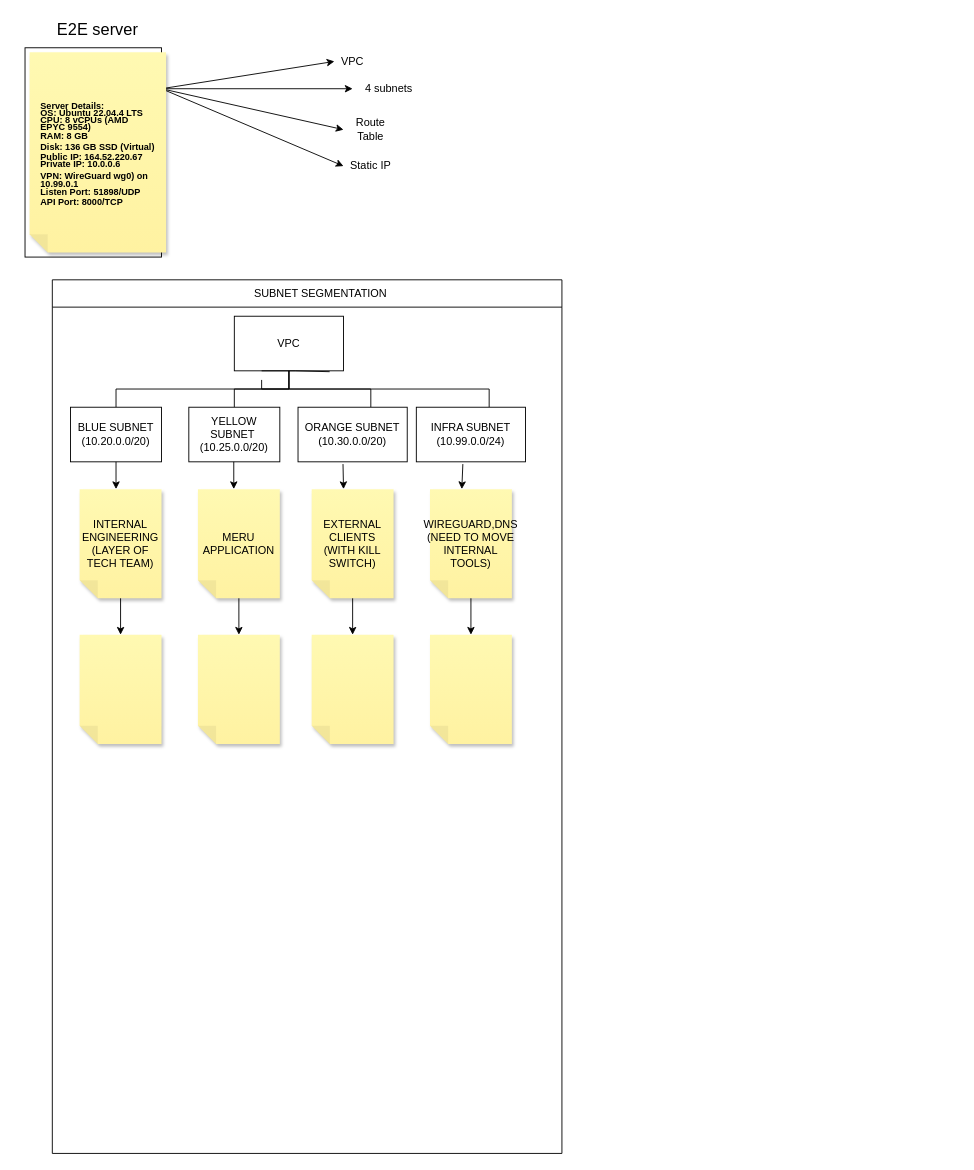
The draw.io diagram Untitled Diagram.drawio in nikhila1511ch/-Kubernetes, before the edit. Source tidied: cells renumbered, new cells numbered last; positions are measured from the earlier drawing's top-left corner, leaving out a move shared by most shapes. Both pictures are drawn from the tidied source at 91%, with x=0, y=0 at pixel (15, 15).
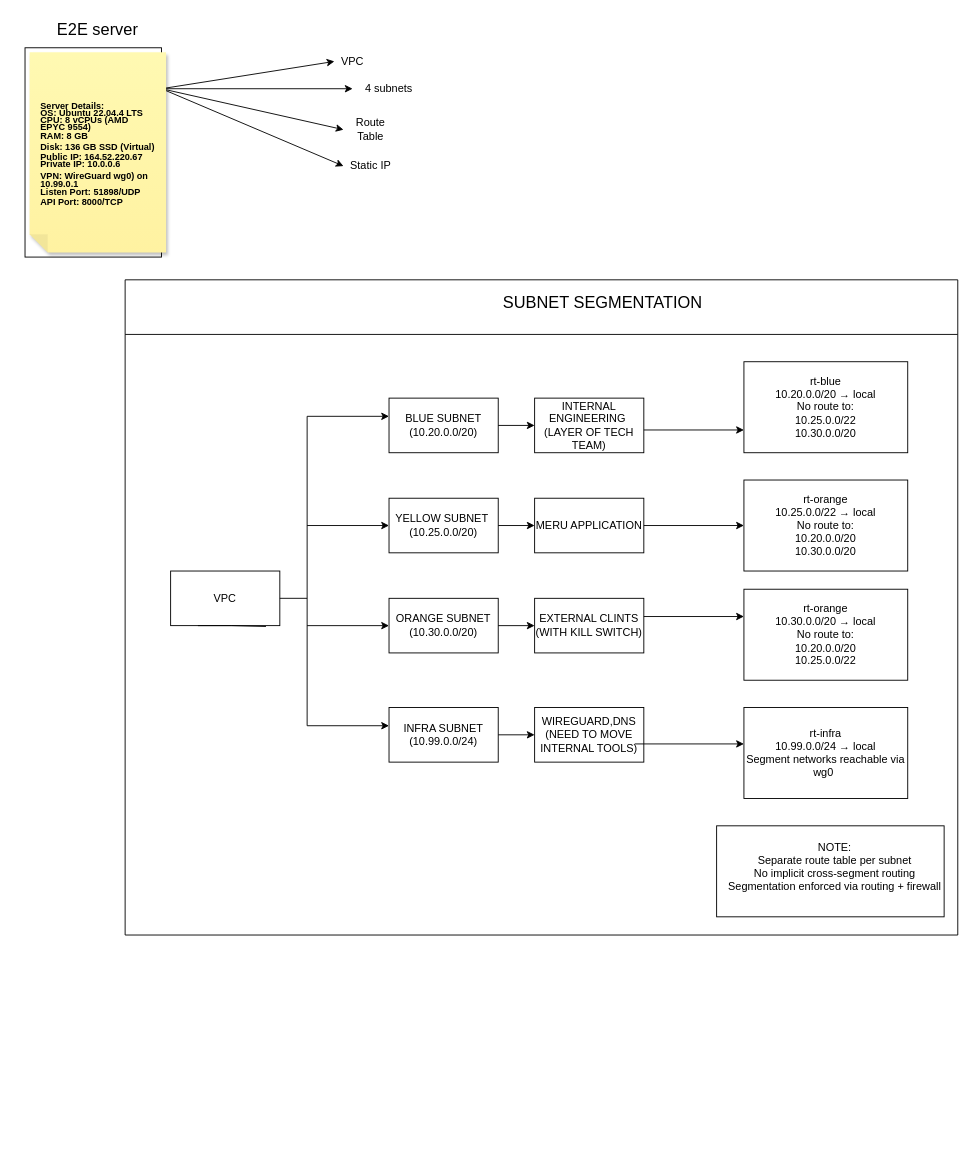
Above is the later version.

Diff of the diagram source:
```diff
@@
-    <mxCell id="13" value="&#10;" style="swimlane;startSize=30;horizontal=1;containerType=tree;newEdgeStyle={&quot;edgeStyle&quot;:&quot;elbowEdgeStyle&quot;,&quot;startArrow&quot;:&quot;none&quot;,&quot;endArrow&quot;:&quot;none&quot;};" parent="1" vertex="1">
-      <mxGeometry x="40" y="290" width="560" height="960" as="geometry" />
+    <mxCell id="13" value="&#10;" style="swimlane;startSize=60;horizontal=1;containerType=tree;newEdgeStyle={&quot;edgeStyle&quot;:&quot;elbowEdgeStyle&quot;,&quot;startArrow&quot;:&quot;none&quot;,&quot;endArrow&quot;:&quot;none&quot;};" parent="1" vertex="1">
+      <mxGeometry x="120" y="290" width="915" height="720" as="geometry" />
     </mxCell>
-    <mxCell id="14" style="edgeStyle=elbowEdgeStyle;elbow=vertical;sourcePerimeterSpacing=0;targetPerimeterSpacing=0;startArrow=none;endArrow=none;rounded=0;curved=0;" parent="13" edge="1" source="16" target="17">
-      <mxGeometry relative="1" as="geometry" />
-    </mxCell>
-    <mxCell id="15" style="edgeStyle=elbowEdgeStyle;elbow=vertical;sourcePerimeterSpacing=0;targetPerimeterSpacing=0;startArrow=none;endArrow=none;rounded=0;curved=0;" parent="13" edge="1" source="16" target="18">
-      <mxGeometry relative="1" as="geometry" />
-    </mxCell>
     <mxCell id="16" value="VPC" style="whiteSpace=wrap;html=1;align=center;newEdgeStyle={&quot;edgeStyle&quot;:&quot;elbowEdgeStyle&quot;,&quot;startArrow&quot;:&quot;none&quot;,&quot;endArrow&quot;:&quot;none&quot;};" parent="13" vertex="1">
-      <mxGeometry x="200" y="40" width="120" height="60" as="geometry" />
+      <mxGeometry x="50" y="320" width="120" height="60" as="geometry" />
     </mxCell>
+    <mxCell id="21" style="edgeStyle=elbowEdgeStyle;rounded=0;orthogonalLoop=1;jettySize=auto;html=1;startArrow=none;endArrow=none;exitX=0.25;exitY=1;exitDx=0;exitDy=0;entryX=0.873;entryY=1.016;entryDx=0;entryDy=0;entryPerimeter=0;" parent="13" edge="1" source="16" target="16">
+      <mxGeometry relative="1" as="geometry" />
+    </mxCell>
+    <mxCell id="30" value="&lt;font style=&quot;font-size: 18px;&quot;&gt;SUBNET SEGMENTATION&lt;/font&gt;" style="text;html=1;whiteSpace=wrap;strokeColor=none;fillColor=none;align=center;verticalAlign=middle;rounded=0;" parent="13" vertex="1">
+      <mxGeometry x="380" y="10" width="290" height="30" as="geometry" />
+    </mxCell>
+    <mxCell id="18" value="YELLOW SUBNET&amp;nbsp;&lt;br&gt;(10.25.0.0/20)" style="whiteSpace=wrap;html=1;align=center;verticalAlign=middle;newEdgeStyle={&quot;edgeStyle&quot;:&quot;elbowEdgeStyle&quot;,&quot;startArrow&quot;:&quot;none&quot;,&quot;endArrow&quot;:&quot;none&quot;};" parent="13" vertex="1">
+      <mxGeometry x="290" y="240" width="120" height="60" as="geometry" />
+    </mxCell>
+    <mxCell id="20" value="ORANGE SUBNET&lt;br&gt;(10.30.0.0/20)" style="whiteSpace=wrap;html=1;align=center;newEdgeStyle={&quot;edgeStyle&quot;:&quot;elbowEdgeStyle&quot;,&quot;startArrow&quot;:&quot;none&quot;,&quot;endArrow&quot;:&quot;none&quot;};" parent="13" vertex="1">
+      <mxGeometry x="290" y="350" width="120" height="60" as="geometry" />
+    </mxCell>
+    <mxCell id="23" value="INFRA SUBNET&lt;br&gt;(10.99.0.0/24)" style="whiteSpace=wrap;html=1;align=center;newEdgeStyle={&quot;edgeStyle&quot;:&quot;elbowEdgeStyle&quot;,&quot;startArrow&quot;:&quot;none&quot;,&quot;endArrow&quot;:&quot;none&quot;};" parent="13" vertex="1">
+      <mxGeometry x="290" y="470" width="120" height="60" as="geometry" />
+    </mxCell>
+    <mxCell id="42" style="endArrow=none;html=1;rounded=0;" parent="13" edge="1">
+      <mxGeometry relative="1" as="geometry">
+        <mxPoint x="170" y="350" as="sourcePoint" />
+        <mxPoint x="200" y="350" as="targetPoint" />
+      </mxGeometry>
+    </mxCell>
+    <mxCell id="43" style="endArrow=classic;html=1;rounded=0;entryX=0;entryY=0.5;entryDx=0;entryDy=0;" parent="13" edge="1" target="18">
+      <mxGeometry relative="1" as="geometry">
+        <mxPoint x="200" y="270" as="sourcePoint" />
+      </mxGeometry>
+    </mxCell>
+    <mxCell id="44" style="endArrow=classic;html=1;rounded=0;" parent="13" edge="1">
+      <mxGeometry relative="1" as="geometry">
+        <mxPoint x="200" y="150" as="sourcePoint" />
+        <mxPoint x="290" y="150" as="targetPoint" />
+      </mxGeometry>
+    </mxCell>
     <mxCell id="17" value="BLUE SUBNET&lt;br&gt;(10.20.0.0/20)" style="whiteSpace=wrap;html=1;align=center;verticalAlign=middle;newEdgeStyle={&quot;edgeStyle&quot;:&quot;elbowEdgeStyle&quot;,&quot;startArrow&quot;:&quot;none&quot;,&quot;endArrow&quot;:&quot;none&quot;};" parent="13" vertex="1">
-      <mxGeometry x="20" y="140" width="100" height="60" as="geometry" />
+      <mxGeometry x="290" y="130" width="120" height="60" as="geometry" />
     </mxCell>
-    <mxCell id="18" value="YELLOW SUBNET&amp;nbsp;&lt;br&gt;(10.25.0.0/20)" style="whiteSpace=wrap;html=1;align=center;verticalAlign=middle;newEdgeStyle={&quot;edgeStyle&quot;:&quot;elbowEdgeStyle&quot;,&quot;startArrow&quot;:&quot;none&quot;,&quot;endArrow&quot;:&quot;none&quot;};" parent="13" vertex="1">
-      <mxGeometry x="150" y="140" width="100" height="60" as="geometry" />
-    </mxCell>
-    <mxCell id="19" style="edgeStyle=elbowEdgeStyle;rounded=0;jettySize=auto;html=1;elbow=vertical;startArrow=none;endArrow=none;" parent="13" edge="1" source="16" target="20">
-      <mxGeometry relative="1" as="geometry">
-        <Array as="points">
-          <mxPoint x="350" y="120" />
-        </Array>
-      </mxGeometry>
-    </mxCell>
-    <mxCell id="20" value="ORANGE SUBNET&lt;br&gt;(10.30.0.0/20)" style="whiteSpace=wrap;html=1;align=center;newEdgeStyle={&quot;edgeStyle&quot;:&quot;elbowEdgeStyle&quot;,&quot;startArrow&quot;:&quot;none&quot;,&quot;endArrow&quot;:&quot;none&quot;};" parent="13" vertex="1">
-      <mxGeometry x="270" y="140" width="120" height="60" as="geometry" />
-    </mxCell>
-    <mxCell id="21" style="edgeStyle=elbowEdgeStyle;rounded=0;orthogonalLoop=1;jettySize=auto;html=1;startArrow=none;endArrow=none;exitX=0.25;exitY=1;exitDx=0;exitDy=0;entryX=0.873;entryY=1.016;entryDx=0;entryDy=0;entryPerimeter=0;" parent="13" edge="1" source="16" target="16">
-      <mxGeometry relative="1" as="geometry" />
-    </mxCell>
-    <mxCell id="22" style="edgeStyle=elbowEdgeStyle;rounded=0;jettySize=auto;html=1;elbow=vertical;startArrow=none;endArrow=none;entryX=0.667;entryY=0;entryDx=0;entryDy=0;entryPerimeter=0;" parent="13" edge="1" target="23">
-      <mxGeometry relative="1" as="geometry">
-        <mxPoint x="230" y="110" as="sourcePoint" />
-        <Array as="points">
-          <mxPoint x="720" y="120" />
-        </Array>
-      </mxGeometry>
-    </mxCell>
-    <mxCell id="23" value="INFRA SUBNET&lt;br&gt;(10.99.0.0/24)" style="whiteSpace=wrap;html=1;align=center;newEdgeStyle={&quot;edgeStyle&quot;:&quot;elbowEdgeStyle&quot;,&quot;startArrow&quot;:&quot;none&quot;,&quot;endArrow&quot;:&quot;none&quot;};" parent="13" vertex="1">
-      <mxGeometry x="400" y="140" width="120" height="60" as="geometry" />
-    </mxCell>
-    <mxCell id="24" style="endArrow=classic;html=1;rounded=0;exitX=0.5;exitY=1;exitDx=0;exitDy=0;" parent="13" edge="1" source="17">
-      <mxGeometry relative="1" as="geometry">
-        <mxPoint x="70" y="230" as="targetPoint" />
-      </mxGeometry>
-    </mxCell>
+    <mxCell id="45" style="endArrow=classic;html=1;rounded=0;entryX=0;entryY=0.25;entryDx=0;entryDy=0;" parent="13" edge="1">
+      <mxGeometry relative="1" as="geometry">
+        <mxPoint x="200" y="490" as="sourcePoint" />
+        <mxPoint x="290" y="490" as="targetPoint" />
+      </mxGeometry>
+    </mxCell>
+    <mxCell id="46" value="&lt;div&gt;rt-orange&lt;/div&gt;&lt;div&gt;&lt;span style=&quot;background-color: transparent; color: light-dark(rgb(0, 0, 0), rgb(255, 255, 255));&quot;&gt;10.25.0.0/22 → local&lt;/span&gt;&lt;/div&gt;&lt;div&gt;&lt;span style=&quot;background-color: transparent; color: light-dark(rgb(0, 0, 0), rgb(255, 255, 255));&quot;&gt;No route to:&lt;/span&gt;&lt;/div&gt;&lt;div&gt;10.20.0.0/20&lt;/div&gt;&lt;div&gt;10.30.0.0/20&lt;/div&gt;" style="whiteSpace=wrap;html=1;align=center;verticalAlign=middle;newEdgeStyle={&quot;edgeStyle&quot;:&quot;elbowEdgeStyle&quot;,&quot;startArrow&quot;:&quot;none&quot;,&quot;endArrow&quot;:&quot;none&quot;};" parent="13" vertex="1">
+      <mxGeometry x="680" y="220" width="180" height="100" as="geometry" />
+    </mxCell>
+    <mxCell id="47" value="&lt;div&gt;rt-orange&lt;/div&gt;&lt;div&gt;&lt;span style=&quot;background-color: transparent; color: light-dark(rgb(0, 0, 0), rgb(255, 255, 255));&quot;&gt;10.30.0.0/20 → local&lt;/span&gt;&lt;/div&gt;&lt;div&gt;&lt;span style=&quot;background-color: transparent; color: light-dark(rgb(0, 0, 0), rgb(255, 255, 255));&quot;&gt;No route to:&lt;/span&gt;&lt;/div&gt;&lt;div&gt;10.20.0.0/20&lt;/div&gt;&lt;div&gt;10.25.0.0/22&lt;/div&gt;" style="whiteSpace=wrap;html=1;align=center;verticalAlign=middle;newEdgeStyle={&quot;edgeStyle&quot;:&quot;elbowEdgeStyle&quot;,&quot;startArrow&quot;:&quot;none&quot;,&quot;endArrow&quot;:&quot;none&quot;};" parent="13" vertex="1">
+      <mxGeometry x="680" y="340" width="180" height="100" as="geometry" />
+    </mxCell>
+    <mxCell id="48" value="&lt;div&gt;rt-infra&lt;/div&gt;&lt;div&gt;&lt;span style=&quot;background-color: transparent; color: light-dark(rgb(0, 0, 0), rgb(255, 255, 255));&quot;&gt;10.99.0.0/24 → local&lt;/span&gt;&lt;/div&gt;&lt;div&gt;Segment networks reachable via wg0&lt;span style=&quot;white-space: pre;&quot;&gt;&#9;&lt;/span&gt;&lt;/div&gt;" style="whiteSpace=wrap;html=1;align=center;verticalAlign=middle;newEdgeStyle={&quot;edgeStyle&quot;:&quot;elbowEdgeStyle&quot;,&quot;startArrow&quot;:&quot;none&quot;,&quot;endArrow&quot;:&quot;none&quot;};" parent="13" vertex="1">
+      <mxGeometry x="680" y="470" width="180" height="100" as="geometry" />
+    </mxCell>
+    <mxCell id="49" value="rt-blue&lt;br&gt;10.20.0.0/20 → local&lt;br&gt;No route to:&lt;br&gt;10.25.0.0/22&lt;br&gt;10.30.0.0/20" style="whiteSpace=wrap;html=1;align=center;verticalAlign=middle;newEdgeStyle={&quot;edgeStyle&quot;:&quot;elbowEdgeStyle&quot;,&quot;startArrow&quot;:&quot;none&quot;,&quot;endArrow&quot;:&quot;none&quot;};" parent="13" vertex="1">
+      <mxGeometry x="680" y="90" width="180" height="100" as="geometry" />
+    </mxCell>
-    <mxCell id="25" value="INTERNAL ENGINEERING&lt;br&gt;(LAYER OF TECH TEAM)" style="shape=note;whiteSpace=wrap;html=1;backgroundOutline=1;fontColor=#000000;darkOpacity=0.05;fillColor=#FFF9B2;strokeColor=none;fillStyle=solid;direction=west;gradientDirection=north;gradientColor=#FFF2A1;shadow=1;size=20;" parent="13" vertex="1">
-      <mxGeometry x="30" y="230" width="90" height="120" as="geometry" />
+    <mxCell id="25" value="INTERNAL ENGINEERING&amp;nbsp;&lt;br&gt;(LAYER OF TECH TEAM)" style="whiteSpace=wrap;html=1;align=center;verticalAlign=middle;newEdgeStyle={&quot;edgeStyle&quot;:&quot;elbowEdgeStyle&quot;,&quot;startArrow&quot;:&quot;none&quot;,&quot;endArrow&quot;:&quot;none&quot;};" parent="13" vertex="1">
+      <mxGeometry x="450" y="130" width="120" height="60" as="geometry" />
     </mxCell>
-    <mxCell id="26" style="endArrow=classic;html=1;rounded=0;exitX=0.5;exitY=1;exitDx=0;exitDy=0;" parent="13" edge="1">
-      <mxGeometry relative="1" as="geometry">
-        <mxPoint x="199.4" y="200" as="sourcePoint" />
-        <mxPoint x="199.4" y="230" as="targetPoint" />
-      </mxGeometry>
-    </mxCell>
+    <mxCell id="50" style="endArrow=classic;html=1;rounded=0;entryX=0;entryY=0.5;entryDx=0;entryDy=0;" parent="13" edge="1" source="18" target="27">
+      <mxGeometry relative="1" as="geometry" />
+    </mxCell>
-    <mxCell id="27" value="MERU APPLICATION" style="shape=note;whiteSpace=wrap;html=1;backgroundOutline=1;fontColor=#000000;darkOpacity=0.05;fillColor=#FFF9B2;strokeColor=none;fillStyle=solid;direction=west;gradientDirection=north;gradientColor=#FFF2A1;shadow=1;size=20;" parent="13" vertex="1">
-      <mxGeometry x="160" y="230" width="90" height="120" as="geometry" />
+    <mxCell id="27" value="MERU APPLICATION" style="whiteSpace=wrap;html=1;align=center;verticalAlign=middle;newEdgeStyle={&quot;edgeStyle&quot;:&quot;elbowEdgeStyle&quot;,&quot;startArrow&quot;:&quot;none&quot;,&quot;endArrow&quot;:&quot;none&quot;};" parent="13" vertex="1">
+      <mxGeometry x="450" y="240" width="120" height="60" as="geometry" />
     </mxCell>
-    <mxCell id="28" value="EXTERNAL CLIENTS&lt;br&gt;(WITH KILL SWITCH)" style="shape=note;whiteSpace=wrap;html=1;backgroundOutline=1;fontColor=#000000;darkOpacity=0.05;fillColor=#FFF9B2;strokeColor=none;fillStyle=solid;direction=west;gradientDirection=north;gradientColor=#FFF2A1;shadow=1;size=20;" parent="13" vertex="1">
-      <mxGeometry x="285" y="230" width="90" height="120" as="geometry" />
-    </mxCell>
+    <mxCell id="51" style="endArrow=classic;html=1;rounded=0;entryX=0;entryY=0.5;entryDx=0;entryDy=0;" parent="13" edge="1" source="20" target="52">
+      <mxGeometry relative="1" as="geometry" />
+    </mxCell>
+    <mxCell id="52" value="EXTERNAL CLINTS&lt;br&gt;(WITH KILL SWITCH)" style="whiteSpace=wrap;html=1;align=center;newEdgeStyle={&quot;edgeStyle&quot;:&quot;elbowEdgeStyle&quot;,&quot;startArrow&quot;:&quot;none&quot;,&quot;endArrow&quot;:&quot;none&quot;};" parent="13" vertex="1">
+      <mxGeometry x="450" y="350" width="120" height="60" as="geometry" />
+    </mxCell>
-    <mxCell id="29" value="WIREGUARD,DNS&lt;br&gt;(NEED TO MOVE INTERNAL TOOLS)" style="shape=note;whiteSpace=wrap;html=1;backgroundOutline=1;fontColor=#000000;darkOpacity=0.05;fillColor=#FFF9B2;strokeColor=none;fillStyle=solid;direction=west;gradientDirection=north;gradientColor=#FFF2A1;shadow=1;size=20;" parent="13" vertex="1">
-      <mxGeometry x="415" y="230" width="90" height="120" as="geometry" />
+    <mxCell id="29" value="WIREGUARD,DNS&lt;br&gt;(NEED TO MOVE INTERNAL TOOLS)" style="whiteSpace=wrap;html=1;align=center;newEdgeStyle={&quot;edgeStyle&quot;:&quot;elbowEdgeStyle&quot;,&quot;startArrow&quot;:&quot;none&quot;,&quot;endArrow&quot;:&quot;none&quot;};" parent="13" vertex="1">
+      <mxGeometry x="450" y="470" width="120" height="60" as="geometry" />
     </mxCell>
-    <mxCell id="30" value="SUBNET SEGMENTATION" style="text;html=1;whiteSpace=wrap;strokeColor=none;fillColor=none;align=center;verticalAlign=middle;rounded=0;" parent="13" vertex="1">
-      <mxGeometry x="150" width="290" height="30" as="geometry" />
-    </mxCell>
-    <mxCell id="31" style="edgeStyle=orthogonalEdgeStyle;rounded=0;jettySize=auto;html=1;" parent="13" edge="1" source="25" target="32">
-      <mxGeometry relative="1" as="geometry" />
-    </mxCell>
-    <mxCell id="32" style="shape=note;whiteSpace=wrap;html=1;backgroundOutline=1;fontColor=#000000;darkOpacity=0.05;fillColor=#FFF9B2;strokeColor=none;fillStyle=solid;direction=west;gradientDirection=north;gradientColor=#FFF2A1;shadow=1;size=20;" parent="13" vertex="1">
-      <mxGeometry x="30" y="390" width="90" height="120" as="geometry" />
-    </mxCell>
-    <mxCell id="33" style="edgeStyle=orthogonalEdgeStyle;rounded=0;jettySize=auto;html=1;" parent="13" edge="1" source="27" target="34">
-      <mxGeometry relative="1" as="geometry" />
-    </mxCell>
-    <mxCell id="34" style="shape=note;whiteSpace=wrap;html=1;backgroundOutline=1;fontColor=#000000;darkOpacity=0.05;fillColor=#FFF9B2;strokeColor=none;fillStyle=solid;direction=west;gradientDirection=north;gradientColor=#FFF2A1;shadow=1;size=20;" parent="13" vertex="1">
-      <mxGeometry x="160" y="390" width="90" height="120" as="geometry" />
-    </mxCell>
-    <mxCell id="35" style="edgeStyle=orthogonalEdgeStyle;rounded=0;jettySize=auto;html=1;" parent="13" edge="1" source="28" target="36">
-      <mxGeometry relative="1" as="geometry" />
-    </mxCell>
-    <mxCell id="36" style="shape=note;whiteSpace=wrap;html=1;backgroundOutline=1;fontColor=#000000;darkOpacity=0.05;fillColor=#FFF9B2;strokeColor=none;fillStyle=solid;direction=west;gradientDirection=north;gradientColor=#FFF2A1;shadow=1;size=20;" parent="13" vertex="1">
-      <mxGeometry x="285" y="390" width="90" height="120" as="geometry" />
-    </mxCell>
-    <mxCell id="37" style="edgeStyle=orthogonalEdgeStyle;rounded=0;jettySize=auto;html=1;" parent="13" edge="1" source="29" target="38">
-      <mxGeometry relative="1" as="geometry" />
-    </mxCell>
-    <mxCell id="38" style="shape=note;whiteSpace=wrap;html=1;backgroundOutline=1;fontColor=#000000;darkOpacity=0.05;fillColor=#FFF9B2;strokeColor=none;fillStyle=solid;direction=west;gradientDirection=north;gradientColor=#FFF2A1;shadow=1;size=20;" parent="13" vertex="1">
-      <mxGeometry x="415" y="390" width="90" height="120" as="geometry" />
-    </mxCell>
-    <mxCell id="39" style="endArrow=classic;html=1;rounded=0;exitX=0.412;exitY=1.041;exitDx=0;exitDy=0;exitPerimeter=0;" parent="1" edge="1" source="20">
-      <mxGeometry relative="1" as="geometry">
-        <mxPoint x="360" y="520" as="targetPoint" />
-      </mxGeometry>
-    </mxCell>
-    <mxCell id="40" style="endArrow=classic;html=1;rounded=0;exitX=0.426;exitY=1.041;exitDx=0;exitDy=0;exitPerimeter=0;" parent="1" edge="1" source="23">
-      <mxGeometry relative="1" as="geometry">
-        <mxPoint x="490" y="520" as="targetPoint" />
-      </mxGeometry>
-    </mxCell>
+    <mxCell id="53" style="endArrow=classic;html=1;rounded=0;entryX=0;entryY=0.5;entryDx=0;entryDy=0;exitX=1;exitY=0.5;exitDx=0;exitDy=0;" parent="13" edge="1" source="17" target="25">
+      <mxGeometry relative="1" as="geometry" />
+    </mxCell>
+    <mxCell id="54" style="endArrow=classic;html=1;rounded=0;exitX=1;exitY=0.5;exitDx=0;exitDy=0;entryX=0;entryY=0.5;entryDx=0;entryDy=0;" parent="13" edge="1" source="23" target="29">
+      <mxGeometry relative="1" as="geometry" />
+    </mxCell>
+    <mxCell id="55" style="endArrow=classic;html=1;rounded=0;entryX=0;entryY=0.75;entryDx=0;entryDy=0;" parent="13" edge="1" target="49">
+      <mxGeometry relative="1" as="geometry">
+        <mxPoint x="570" y="165" as="sourcePoint" />
+      </mxGeometry>
+    </mxCell>
+    <mxCell id="56" style="endArrow=classic;html=1;rounded=0;entryX=0;entryY=0.5;entryDx=0;entryDy=0;exitX=1;exitY=0.5;exitDx=0;exitDy=0;" parent="13" edge="1" source="27" target="46">
+      <mxGeometry relative="1" as="geometry" />
+    </mxCell>
+    <mxCell id="57" style="rounded=0;whiteSpace=wrap;html=1;" parent="13" vertex="1">
+      <mxGeometry x="650" y="600" width="250" height="100" as="geometry" />
+    </mxCell>
+    <mxCell id="58" value="&lt;div&gt;NOTE:&lt;br&gt;Separate route table per subnet&lt;/div&gt;&lt;div&gt;No implicit cross-segment routing&lt;/div&gt;&lt;div&gt;Segmentation enforced via routing + firewall&lt;/div&gt;" style="text;html=1;whiteSpace=wrap;strokeColor=none;fillColor=none;align=center;verticalAlign=middle;rounded=0;" parent="13" vertex="1">
+      <mxGeometry x="660" y="600" width="240" height="90" as="geometry" />
+    </mxCell>
@@
+    <mxCell id="59" style="endArrow=none;html=1;rounded=0;" parent="1" edge="1">
+      <mxGeometry relative="1" as="geometry">
+        <mxPoint x="320" y="780" as="sourcePoint" />
+        <mxPoint x="320" y="440" as="targetPoint" />
+      </mxGeometry>
+    </mxCell>
+    <mxCell id="60" style="endArrow=classic;html=1;rounded=0;entryX=0;entryY=0.5;entryDx=0;entryDy=0;" parent="1" edge="1" target="20">
+      <mxGeometry relative="1" as="geometry">
+        <mxPoint x="320" y="670" as="sourcePoint" />
+      </mxGeometry>
+    </mxCell>
+    <mxCell id="61" style="endArrow=classic;html=1;rounded=0;entryX=0;entryY=0.5;entryDx=0;entryDy=0;exitX=1;exitY=0.5;exitDx=0;exitDy=0;" parent="1" edge="1">
+      <mxGeometry relative="1" as="geometry">
+        <mxPoint x="690" y="660" as="sourcePoint" />
+        <mxPoint x="800" y="660" as="targetPoint" />
+      </mxGeometry>
+    </mxCell>
+    <mxCell id="62" style="endArrow=classic;html=1;rounded=0;exitX=1;exitY=0.5;exitDx=0;exitDy=0;" parent="1" edge="1">
+      <mxGeometry relative="1" as="geometry">
+        <mxPoint x="680" y="800" as="sourcePoint" />
+        <mxPoint x="800" y="800" as="targetPoint" />
+      </mxGeometry>
+    </mxCell>
```
